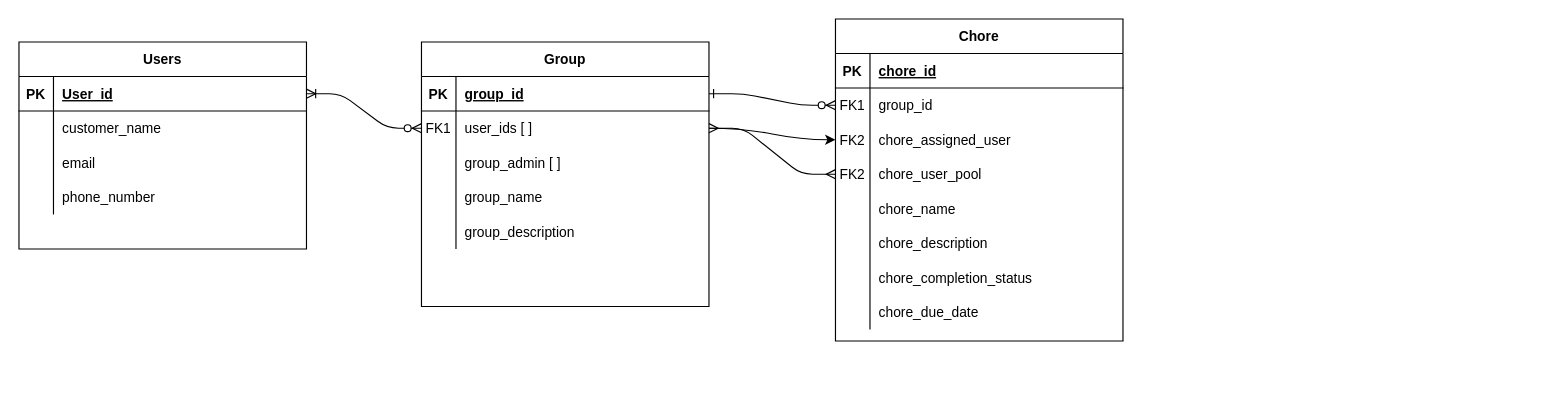
TBean18/TrashOverflow-Web keeps this draw.io diagram as ERDDiagram.drawio. Above is the earlier version. Source tidied: cells renumbered, new cells numbered last; positions are measured from the earlier drawing's top-left corner, leaving out a move shared by most shapes. Both pictures are drawn from the tidied source at 115%, with x=0, y=0 at pixel (18, 18).
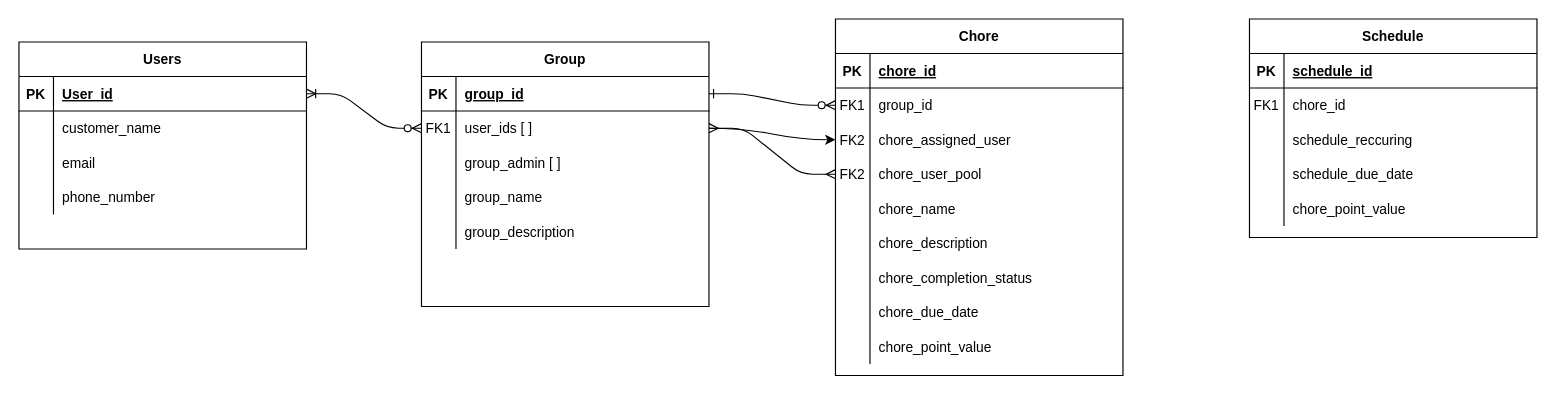
The same page after the edit.

The edit, as a diff of the source:
```diff
@@
     <mxCell id="20" value="Chore" style="shape=table;startSize=30;childLayout=tableLayout;rowLines=0;fontStyle=1;align=center;" parent="1" vertex="1">
-      <mxGeometry x="710" width="250" height="280" as="geometry" />
+      <mxGeometry x="710" width="250" height="310" as="geometry" />
     </mxCell>
@@
+    <mxCell id="60" style="shape=partialRectangle;fillColor=none;top=0;left=0;right=0;bottom=0;" parent="20" vertex="1">
+      <mxGeometry y="270" width="250" height="30" as="geometry" />
+    </mxCell>
+    <mxCell id="61" style="shape=partialRectangle;overflow=hidden;fillColor=none;top=0;left=0;bottom=0;right=0;" parent="60" vertex="1">
+      <mxGeometry width="30" height="30" as="geometry" />
+    </mxCell>
+    <mxCell id="62" value="chore_point_value" style="shape=partialRectangle;overflow=hidden;fillColor=none;top=0;left=0;bottom=0;right=0;align=left;spacingLeft=6;" parent="60" vertex="1">
+      <mxGeometry x="30" width="220" height="30" as="geometry" />
+    </mxCell>
@@
+    <mxCell id="63" value="Schedule" style="shape=table;startSize=30;childLayout=tableLayout;rowLines=0;fontStyle=1;align=center;" parent="1" vertex="1">
+      <mxGeometry x="1070" width="250" height="190" as="geometry" />
+    </mxCell>
+    <mxCell id="64" style="shape=partialRectangle;fillColor=none;top=0;left=0;right=0;bottom=1;" parent="63" vertex="1">
+      <mxGeometry y="30" width="250" height="30" as="geometry" />
+    </mxCell>
+    <mxCell id="65" value="PK" style="shape=partialRectangle;overflow=hidden;fillColor=none;top=0;left=0;bottom=0;right=0;fontStyle=1;" parent="64" vertex="1">
+      <mxGeometry width="30" height="30" as="geometry" />
+    </mxCell>
+    <mxCell id="66" value="schedule_id" style="shape=partialRectangle;overflow=hidden;fillColor=none;top=0;left=0;bottom=0;right=0;align=left;spacingLeft=6;fontStyle=5;" parent="64" vertex="1">
+      <mxGeometry x="30" width="220" height="30" as="geometry" />
+    </mxCell>
+    <mxCell id="67" style="shape=partialRectangle;fillColor=none;top=0;left=0;right=0;bottom=0;" parent="63" vertex="1">
+      <mxGeometry y="60" width="250" height="30" as="geometry" />
+    </mxCell>
+    <mxCell id="68" value="FK1" style="shape=partialRectangle;overflow=hidden;fillColor=none;top=0;left=0;bottom=0;right=0;" parent="67" vertex="1">
+      <mxGeometry width="30" height="30" as="geometry" />
+    </mxCell>
+    <mxCell id="69" value="chore_id" style="shape=partialRectangle;overflow=hidden;fillColor=none;top=0;left=0;bottom=0;right=0;align=left;spacingLeft=6;" parent="67" vertex="1">
+      <mxGeometry x="30" width="220" height="30" as="geometry" />
+    </mxCell>
+    <mxCell id="70" style="shape=partialRectangle;fillColor=none;top=0;left=0;right=0;bottom=0;" parent="63" vertex="1">
+      <mxGeometry y="90" width="250" height="30" as="geometry" />
+    </mxCell>
+    <mxCell id="71" style="shape=partialRectangle;overflow=hidden;fillColor=none;top=0;left=0;bottom=0;right=0;" parent="70" vertex="1">
+      <mxGeometry width="30" height="30" as="geometry" />
+    </mxCell>
+    <mxCell id="72" value="schedule_reccuring" style="shape=partialRectangle;overflow=hidden;fillColor=none;top=0;left=0;bottom=0;right=0;align=left;spacingLeft=6;" parent="70" vertex="1">
+      <mxGeometry x="30" width="220" height="30" as="geometry" />
+    </mxCell>
+    <mxCell id="73" style="shape=partialRectangle;fillColor=none;top=0;left=0;right=0;bottom=0;" parent="63" vertex="1">
+      <mxGeometry y="120" width="250" height="30" as="geometry" />
+    </mxCell>
+    <mxCell id="74" style="shape=partialRectangle;overflow=hidden;fillColor=none;top=0;left=0;bottom=0;right=0;" parent="73" vertex="1">
+      <mxGeometry width="30" height="30" as="geometry" />
+    </mxCell>
+    <mxCell id="75" value="schedule_due_date" style="shape=partialRectangle;overflow=hidden;fillColor=none;top=0;left=0;bottom=0;right=0;align=left;spacingLeft=6;" parent="73" vertex="1">
+      <mxGeometry x="30" width="220" height="30" as="geometry" />
+    </mxCell>
+    <mxCell id="76" style="shape=partialRectangle;fillColor=none;top=0;left=0;right=0;bottom=0;" parent="63" vertex="1">
+      <mxGeometry y="150" width="250" height="30" as="geometry" />
+    </mxCell>
+    <mxCell id="77" style="shape=partialRectangle;overflow=hidden;fillColor=none;top=0;left=0;bottom=0;right=0;" parent="76" vertex="1">
+      <mxGeometry width="30" height="30" as="geometry" />
+    </mxCell>
+    <mxCell id="78" value="chore_point_value" style="shape=partialRectangle;overflow=hidden;fillColor=none;top=0;left=0;bottom=0;right=0;align=left;spacingLeft=6;" parent="76" vertex="1">
+      <mxGeometry x="30" width="220" height="30" as="geometry" />
+    </mxCell>
```
